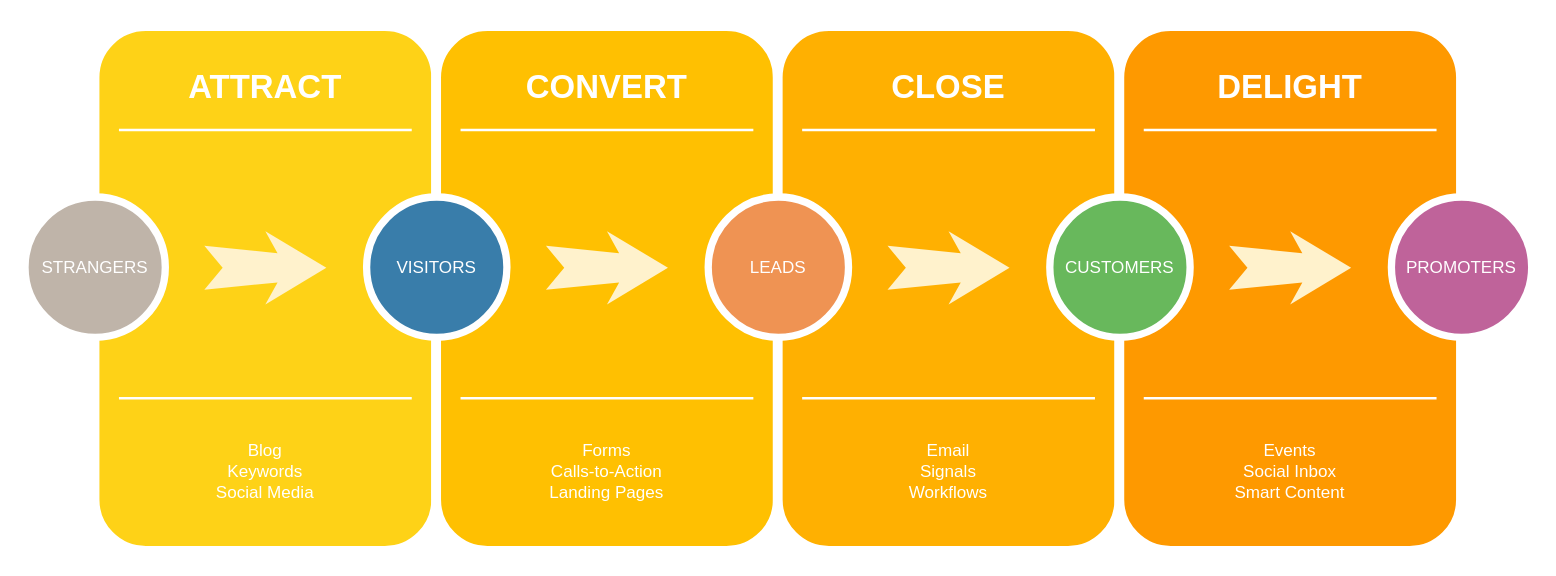
Earlier version of the draw.io diagram Draw.io/Untitled Diagram.drawio (jaziriferes1/Diagrams). Source tidied: cells renumbered, new cells numbered last; positions are measured from the earlier drawing's top-left corner, leaving out a move shared by most shapes. Both pictures are drawn from the tidied source at 122%, with x=0, y=0 at pixel (24, 26).
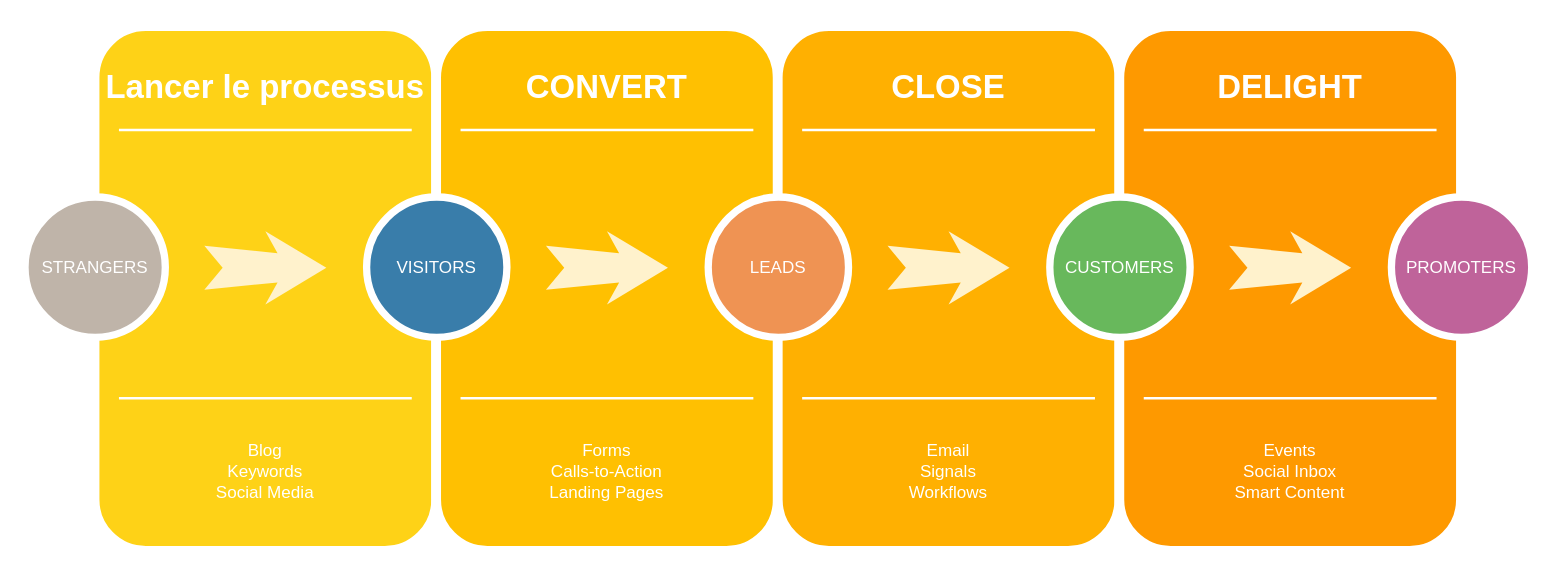
After the change.

The edit, as a diff of the source:
```diff
@@
-    <mxCell id="3" value="ATTRACT" style="text;html=1;strokeColor=none;fillColor=none;align=center;verticalAlign=middle;whiteSpace=wrap;rounded=0;shadow=0;fontSize=27;fontColor=#FFFFFF;fontStyle=1;" parent="1" vertex="1">
+    <mxCell id="3" value="Lancer le processus" style="text;html=1;strokeColor=none;fillColor=none;align=center;verticalAlign=middle;whiteSpace=wrap;rounded=0;shadow=0;fontSize=27;fontColor=#FFFFFF;fontStyle=1;" parent="1" vertex="1">
       <mxGeometry x="57" y="20" width="280" height="60" as="geometry" />
     </mxCell>
```
